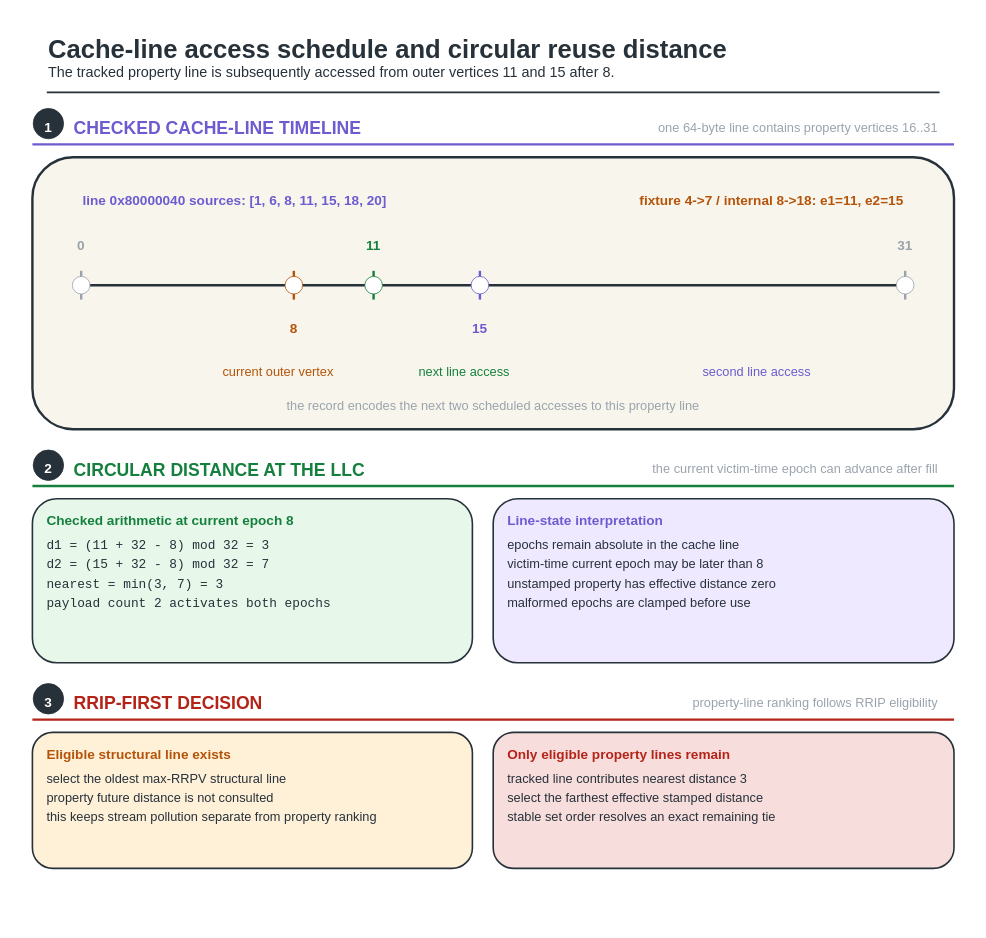
This is fig/wiki_src/reuse-plan-flowthrough/reuse-plan-flowthrough-f03-future-distance.drawio from UVA-LavaLab/ECG_GrAPL, a draw.io file, before an edit. Source tidied: cells renumbered, new cells numbered last; positions are measured from the earlier drawing's top-left corner, leaving out a move shared by most shapes. Both pictures are drawn from the tidied source at 80%, with x=0, y=0 at pixel (13, 13).
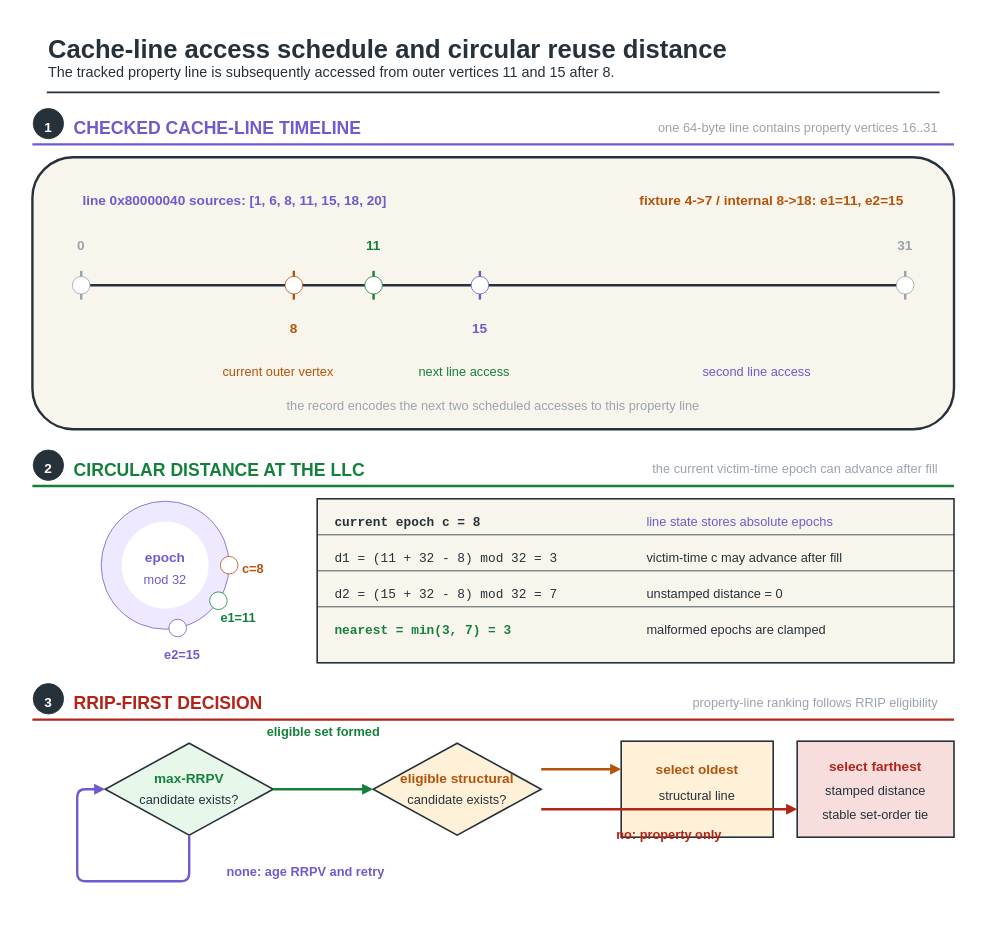
Above is the later version.

What changed in the source:
```diff
@@
-    <mxCell id="39" style="rounded=1;html=0;fillColor=#E7F7EA;strokeColor=#27313A;strokeWidth=2;" parent="1" vertex="1">
-      <mxGeometry x="24" y="607" width="550" height="205" as="geometry" />
+    <mxCell id="39" style="ellipse;html=0;fillColor=#EEE9FF;strokeColor=#6D5BD0;strokeWidth=1;" parent="1" vertex="1">
+      <mxGeometry x="110" y="610" width="160" height="160" as="geometry" />
     </mxCell>
-    <mxCell id="40" value="Checked arithmetic at current epoch 8" style="text;html=0;strokeColor=none;fillColor=none;align=left;verticalAlign=middle;fontFamily=Helvetica;fontSize=17;fontColor=#15803D;fontStyle=1;" parent="1" vertex="1">
-      <mxGeometry x="40" y="621.4" width="358.5" height="23.8" as="geometry" />
-    </mxCell>
+    <mxCell id="66" style="ellipse;html=0;fillColor=#FFFFFF;strokeColor=#FFFFFF;strokeWidth=1;" parent="1" vertex="1">
+      <mxGeometry x="136" y="636" width="108" height="108" as="geometry" />
+    </mxCell>
-    <mxCell id="41" value="d1 = (11 + 32 - 8) mod 32 = 3" style="text;html=0;strokeColor=none;fillColor=none;align=left;verticalAlign=middle;fontFamily=Courier New;fontSize=16;fontColor=#27313A;fontStyle=0;" parent="1" vertex="1">
-      <mxGeometry x="40" y="652.2" width="287.7" height="22.4" as="geometry" />
+    <mxCell id="41" value="epoch" style="text;html=0;strokeColor=none;fillColor=none;align=center;verticalAlign=middle;fontFamily=Helvetica;fontSize=17;fontColor=#6D5BD0;fontStyle=1;" parent="1" vertex="1">
+      <mxGeometry x="165.8" y="667.4" width="48.5" height="23.8" as="geometry" />
     </mxCell>
-    <mxCell id="42" value="d2 = (15 + 32 - 8) mod 32 = 7" style="text;html=0;strokeColor=none;fillColor=none;align=left;verticalAlign=middle;fontFamily=Courier New;fontSize=16;fontColor=#27313A;fontStyle=0;" parent="1" vertex="1">
-      <mxGeometry x="40" y="676.2" width="287.7" height="22.4" as="geometry" />
+    <mxCell id="42" value="mod 32" style="text;html=0;strokeColor=none;fillColor=none;align=center;verticalAlign=middle;fontFamily=Helvetica;fontSize=16;fontColor=#6D5BD0;fontStyle=0;" parent="1" vertex="1">
+      <mxGeometry x="164.6" y="696.2" width="50.9" height="22.4" as="geometry" />
     </mxCell>
-    <mxCell id="43" value="nearest = min(3, 7) = 3" style="text;html=0;strokeColor=none;fillColor=none;align=left;verticalAlign=middle;fontFamily=Courier New;fontSize=16;fontColor=#27313A;fontStyle=0;" parent="1" vertex="1">
-      <mxGeometry x="40" y="700.2" width="228.2" height="22.4" as="geometry" />
-    </mxCell>
+    <mxCell id="67" style="ellipse;html=0;fillColor=#FFFFFF;strokeColor=#B45309;strokeWidth=1;" parent="1" vertex="1">
+      <mxGeometry x="259" y="679" width="22" height="22" as="geometry" />
+    </mxCell>
-    <mxCell id="44" value="payload count 2 activates both epochs" style="text;html=0;strokeColor=none;fillColor=none;align=left;verticalAlign=middle;fontFamily=Courier New;fontSize=16;fontColor=#27313A;fontStyle=0;" parent="1" vertex="1">
-      <mxGeometry x="40" y="724.2" width="367" height="22.4" as="geometry" />
+    <mxCell id="44" value="c=8" style="text;html=0;strokeColor=none;fillColor=none;align=center;verticalAlign=middle;fontFamily=Helvetica;fontSize=16;fontColor=#B45309;fontStyle=1;" parent="1" vertex="1">
+      <mxGeometry x="286.3" y="682.2" width="27.4" height="22.4" as="geometry" />
     </mxCell>
-    <mxCell id="45" style="rounded=1;html=0;fillColor=#EEE9FF;strokeColor=#27313A;strokeWidth=2;" parent="1" vertex="1">
-      <mxGeometry x="600" y="607" width="576" height="205" as="geometry" />
+    <mxCell id="45" style="ellipse;html=0;fillColor=#FFFFFF;strokeColor=#15803D;strokeWidth=1;" parent="1" vertex="1">
+      <mxGeometry x="245.5" y="723.4" width="22" height="22" as="geometry" />
     </mxCell>
-    <mxCell id="46" value="Line-state interpretation" style="text;html=0;strokeColor=none;fillColor=none;align=left;verticalAlign=middle;fontFamily=Helvetica;fontSize=17;fontColor=#6D5BD0;fontStyle=1;" parent="1" vertex="1">
-      <mxGeometry x="616" y="621.4" width="242.2" height="23.8" as="geometry" />
+    <mxCell id="46" value="e1=11" style="text;html=0;strokeColor=none;fillColor=none;align=center;verticalAlign=middle;fontFamily=Helvetica;fontSize=16;fontColor=#15803D;fontStyle=1;" parent="1" vertex="1">
+      <mxGeometry x="258.7" y="743.4" width="45.6" height="22.4" as="geometry" />
     </mxCell>
-    <mxCell id="47" value="epochs remain absolute in the cache line" style="text;html=0;strokeColor=none;fillColor=none;align=left;verticalAlign=middle;fontFamily=Helvetica;fontSize=16;fontColor=#27313A;fontStyle=0;" parent="1" vertex="1">
-      <mxGeometry x="616" y="652.2" width="339.2" height="22.4" as="geometry" />
-    </mxCell>
+    <mxCell id="68" style="ellipse;html=0;fillColor=#FFFFFF;strokeColor=#6D5BD0;strokeWidth=1;" parent="1" vertex="1">
+      <mxGeometry x="194.6" y="757.5" width="22" height="22" as="geometry" />
+    </mxCell>
-    <mxCell id="48" value="victim-time current epoch may be later than 8" style="text;html=0;strokeColor=none;fillColor=none;align=left;verticalAlign=middle;fontFamily=Helvetica;fontSize=16;fontColor=#27313A;fontStyle=0;" parent="1" vertex="1">
-      <mxGeometry x="616" y="676.2" width="381.6" height="22.4" as="geometry" />
+    <mxCell id="48" value="e2=15" style="text;html=0;strokeColor=none;fillColor=none;align=center;verticalAlign=middle;fontFamily=Helvetica;fontSize=16;fontColor=#6D5BD0;fontStyle=1;" parent="1" vertex="1">
+      <mxGeometry x="188.7" y="790.1" width="45.6" height="22.4" as="geometry" />
     </mxCell>
-    <mxCell id="49" value="unstamped property has effective distance zero" style="text;html=0;strokeColor=none;fillColor=none;align=left;verticalAlign=middle;fontFamily=Helvetica;fontSize=16;fontColor=#27313A;fontStyle=0;" parent="1" vertex="1">
-      <mxGeometry x="616" y="700.2" width="390.1" height="22.4" as="geometry" />
-    </mxCell>
-    <mxCell id="50" value="malformed epochs are clamped before use" style="text;html=0;strokeColor=none;fillColor=none;align=left;verticalAlign=middle;fontFamily=Helvetica;fontSize=16;fontColor=#27313A;fontStyle=0;" parent="1" vertex="1">
-      <mxGeometry x="616" y="724.2" width="330.7" height="22.4" as="geometry" />
-    </mxCell>
-    <mxCell id="51" style="ellipse;html=0;fillColor=#27313A;strokeColor=#27313A;strokeWidth=1;" parent="1" vertex="1">
-      <mxGeometry x="25" y="838" width="38" height="38" as="geometry" />
-    </mxCell>
-    <mxCell id="52" value="3" style="text;html=0;strokeColor=none;fillColor=none;align=center;verticalAlign=middle;fontFamily=Helvetica;fontSize=17;fontColor=#FFFFFF;fontStyle=1;" parent="1" vertex="1">
-      <mxGeometry x="38" y="848.4" width="12" height="23.8" as="geometry" />
-    </mxCell>
+    <mxCell id="69" style="rounded=0;html=0;fillColor=#F8F6EC;strokeColor=#27313A;strokeWidth=2;" parent="1" vertex="1">
+      <mxGeometry x="380" y="607" width="796" height="205" as="geometry" />
+    </mxCell>
+    <mxCell id="70" style="edgeStyle=none;html=0;strokeColor=#27313A;strokeWidth=1;startArrow=none;endArrow=none;" parent="1" edge="1">
+      <mxGeometry relative="1" as="geometry">
+        <mxPoint x="380" y="652" as="sourcePoint" />
+        <mxPoint x="1176" y="652" as="targetPoint" />
+      </mxGeometry>
+    </mxCell>
+    <mxCell id="71" style="edgeStyle=none;html=0;strokeColor=#27313A;strokeWidth=1;startArrow=none;endArrow=none;" parent="1" edge="1">
+      <mxGeometry relative="1" as="geometry">
+        <mxPoint x="380" y="697" as="sourcePoint" />
+        <mxPoint x="1176" y="697" as="targetPoint" />
+      </mxGeometry>
+    </mxCell>
+    <mxCell id="72" style="edgeStyle=none;html=0;strokeColor=#27313A;strokeWidth=1;startArrow=none;endArrow=none;" parent="1" edge="1">
+      <mxGeometry relative="1" as="geometry">
+        <mxPoint x="380" y="742" as="sourcePoint" />
+        <mxPoint x="1176" y="742" as="targetPoint" />
+      </mxGeometry>
+    </mxCell>
-    <mxCell id="53" value="RRIP-FIRST DECISION" style="text;html=0;strokeColor=none;fillColor=none;align=left;verticalAlign=middle;fontFamily=Helvetica;fontSize=22;fontColor=#B42318;fontStyle=1;" parent="1" vertex="1">
-      <mxGeometry x="74" y="845.1" width="238.3" height="30.8" as="geometry" />
+    <mxCell id="53" value="current epoch c = 8" style="text;html=0;strokeColor=none;fillColor=none;align=left;verticalAlign=middle;fontFamily=Courier New;fontSize=16;fontColor=#27313A;fontStyle=1;" parent="1" vertex="1">
+      <mxGeometry x="400" y="623.2" width="188.5" height="22.4" as="geometry" />
     </mxCell>
-    <mxCell id="54" value="property-line ranking follows RRIP eligibility" style="text;html=0;strokeColor=none;fillColor=none;align=right;verticalAlign=middle;fontFamily=Helvetica;fontSize=16;fontColor=#9AA3AD;fontStyle=0;" parent="1" vertex="1">
-      <mxGeometry x="767.9" y="849.2" width="390.1" height="22.4" as="geometry" />
+    <mxCell id="54" value="d1 = (11 + 32 - 8) mod 32 = 3" style="text;html=0;strokeColor=none;fillColor=none;align=left;verticalAlign=middle;fontFamily=Courier New;fontSize=16;fontColor=#27313A;fontStyle=0;" parent="1" vertex="1">
+      <mxGeometry x="400" y="668.2" width="287.7" height="22.4" as="geometry" />
     </mxCell>
-    <mxCell id="55" style="edgeStyle=none;html=0;strokeColor=#B42318;strokeWidth=3;startArrow=none;endArrow=none;" parent="1" edge="1">
-      <mxGeometry relative="1" as="geometry">
-        <mxPoint x="24" y="883" as="sourcePoint" />
-        <mxPoint x="1176" y="883" as="targetPoint" />
-      </mxGeometry>
-    </mxCell>
-    <mxCell id="56" style="rounded=1;html=0;fillColor=#FFF0D8;strokeColor=#27313A;strokeWidth=2;" parent="1" vertex="1">
-      <mxGeometry x="24" y="899" width="550" height="170" as="geometry" />
-    </mxCell>
+    <mxCell id="73" value="d2 = (15 + 32 - 8) mod 32 = 7" style="text;html=0;strokeColor=none;fillColor=none;align=left;verticalAlign=middle;fontFamily=Courier New;fontSize=16;fontColor=#27313A;fontStyle=0;" parent="1" vertex="1">
+      <mxGeometry x="400" y="713.2" width="287.7" height="22.4" as="geometry" />
+    </mxCell>
+    <mxCell id="43" value="nearest = min(3, 7) = 3" style="text;html=0;strokeColor=none;fillColor=none;align=left;verticalAlign=middle;fontFamily=Courier New;fontSize=16;fontColor=#15803D;fontStyle=1;" parent="1" vertex="1">
+      <mxGeometry x="400" y="758.2" width="228.2" height="22.4" as="geometry" />
+    </mxCell>
-    <mxCell id="57" value="Eligible structural line exists" style="text;html=0;strokeColor=none;fillColor=none;align=left;verticalAlign=middle;fontFamily=Helvetica;fontSize=17;fontColor=#B45309;fontStyle=1;" parent="1" vertex="1">
-      <mxGeometry x="40" y="913.4" width="300.4" height="23.8" as="geometry" />
+    <mxCell id="57" value="line state stores absolute epochs" style="text;html=0;strokeColor=none;fillColor=none;align=left;verticalAlign=middle;fontFamily=Helvetica;fontSize=16;fontColor=#6D5BD0;fontStyle=0;" parent="1" vertex="1">
+      <mxGeometry x="790" y="623.2" width="279.8" height="22.4" as="geometry" />
     </mxCell>
-    <mxCell id="58" value="select the oldest max-RRPV structural line" style="text;html=0;strokeColor=none;fillColor=none;align=left;verticalAlign=middle;fontFamily=Helvetica;fontSize=16;fontColor=#27313A;fontStyle=0;" parent="1" vertex="1">
-      <mxGeometry x="40" y="944.2" width="356.2" height="22.4" as="geometry" />
+    <mxCell id="58" value="victim-time c may advance after fill" style="text;html=0;strokeColor=none;fillColor=none;align=left;verticalAlign=middle;fontFamily=Helvetica;fontSize=16;fontColor=#27313A;fontStyle=0;" parent="1" vertex="1">
+      <mxGeometry x="790" y="668.2" width="305.3" height="22.4" as="geometry" />
     </mxCell>
-    <mxCell id="59" value="property future distance is not consulted" style="text;html=0;strokeColor=none;fillColor=none;align=left;verticalAlign=middle;fontFamily=Helvetica;fontSize=16;fontColor=#27313A;fontStyle=0;" parent="1" vertex="1">
-      <mxGeometry x="40" y="968.2" width="347.7" height="22.4" as="geometry" />
+    <mxCell id="59" value="unstamped distance = 0" style="text;html=0;strokeColor=none;fillColor=none;align=left;verticalAlign=middle;fontFamily=Helvetica;fontSize=16;fontColor=#27313A;fontStyle=0;" parent="1" vertex="1">
+      <mxGeometry x="790" y="713.2" width="186.6" height="22.4" as="geometry" />
     </mxCell>
-    <mxCell id="60" value="this keeps stream pollution separate from property ranking" style="text;html=0;strokeColor=none;fillColor=none;align=left;verticalAlign=middle;fontFamily=Helvetica;fontSize=16;fontColor=#27313A;fontStyle=0;" parent="1" vertex="1">
-      <mxGeometry x="40" y="992.2" width="491.8" height="22.4" as="geometry" />
+    <mxCell id="60" value="malformed epochs are clamped" style="text;html=0;strokeColor=none;fillColor=none;align=left;verticalAlign=middle;fontFamily=Helvetica;fontSize=16;fontColor=#27313A;fontStyle=0;" parent="1" vertex="1">
+      <mxGeometry x="790" y="758.2" width="237.4" height="22.4" as="geometry" />
     </mxCell>
-    <mxCell id="61" style="rounded=1;html=0;fillColor=#F7DEDC;strokeColor=#27313A;strokeWidth=2;" parent="1" vertex="1">
-      <mxGeometry x="600" y="899" width="576" height="170" as="geometry" />
+    <mxCell id="61" style="ellipse;html=0;fillColor=#27313A;strokeColor=#27313A;strokeWidth=1;" parent="1" vertex="1">
+      <mxGeometry x="25" y="838" width="38" height="38" as="geometry" />
     </mxCell>
-    <mxCell id="62" value="Only eligible property lines remain" style="text;html=0;strokeColor=none;fillColor=none;align=left;verticalAlign=middle;fontFamily=Helvetica;fontSize=17;fontColor=#B42318;fontStyle=1;" parent="1" vertex="1">
-      <mxGeometry x="616" y="913.4" width="339.1" height="23.8" as="geometry" />
+    <mxCell id="62" value="3" style="text;html=0;strokeColor=none;fillColor=none;align=center;verticalAlign=middle;fontFamily=Helvetica;fontSize=17;fontColor=#FFFFFF;fontStyle=1;" parent="1" vertex="1">
+      <mxGeometry x="38" y="848.4" width="12" height="23.8" as="geometry" />
     </mxCell>
-    <mxCell id="63" value="tracked line contributes nearest distance 3" style="text;html=0;strokeColor=none;fillColor=none;align=left;verticalAlign=middle;fontFamily=Helvetica;fontSize=16;fontColor=#27313A;fontStyle=0;" parent="1" vertex="1">
-      <mxGeometry x="616" y="944.2" width="364.6" height="22.4" as="geometry" />
+    <mxCell id="63" value="RRIP-FIRST DECISION" style="text;html=0;strokeColor=none;fillColor=none;align=left;verticalAlign=middle;fontFamily=Helvetica;fontSize=22;fontColor=#B42318;fontStyle=1;" parent="1" vertex="1">
+      <mxGeometry x="74" y="845.1" width="238.3" height="30.8" as="geometry" />
     </mxCell>
-    <mxCell id="64" value="select the farthest effective stamped distance" style="text;html=0;strokeColor=none;fillColor=none;align=left;verticalAlign=middle;fontFamily=Helvetica;fontSize=16;fontColor=#27313A;fontStyle=0;" parent="1" vertex="1">
-      <mxGeometry x="616" y="968.2" width="390.1" height="22.4" as="geometry" />
+    <mxCell id="64" value="property-line ranking follows RRIP eligibility" style="text;html=0;strokeColor=none;fillColor=none;align=right;verticalAlign=middle;fontFamily=Helvetica;fontSize=16;fontColor=#9AA3AD;fontStyle=0;" parent="1" vertex="1">
+      <mxGeometry x="767.9" y="849.2" width="390.1" height="22.4" as="geometry" />
     </mxCell>
-    <mxCell id="65" value="stable set order resolves an exact remaining tie" style="text;html=0;strokeColor=none;fillColor=none;align=left;verticalAlign=middle;fontFamily=Helvetica;fontSize=16;fontColor=#27313A;fontStyle=0;" parent="1" vertex="1">
-      <mxGeometry x="616" y="992.2" width="407" height="22.4" as="geometry" />
-    </mxCell>
+    <mxCell id="74" style="edgeStyle=none;html=0;strokeColor=#B42318;strokeWidth=3;startArrow=none;endArrow=none;" parent="1" edge="1">
+      <mxGeometry relative="1" as="geometry">
+        <mxPoint x="24" y="883" as="sourcePoint" />
+        <mxPoint x="1176" y="883" as="targetPoint" />
+      </mxGeometry>
+    </mxCell>
+    <mxCell id="75" style="rhombus;html=0;fillColor=#E7F7EA;strokeColor=#27313A;strokeWidth=2;" parent="1" vertex="1">
+      <mxGeometry x="115" y="912.5" width="210" height="115" as="geometry" />
+    </mxCell>
+    <mxCell id="76" value="max-RRPV" style="text;html=0;strokeColor=none;fillColor=none;align=center;verticalAlign=middle;fontFamily=Helvetica;fontSize=17;fontColor=#15803D;fontStyle=1;" parent="1" vertex="1">
+      <mxGeometry x="181.2" y="943.4" width="77.5" height="23.8" as="geometry" />
+    </mxCell>
+    <mxCell id="77" value="candidate exists?" style="text;html=0;strokeColor=none;fillColor=none;align=center;verticalAlign=middle;fontFamily=Helvetica;fontSize=16;fontColor=#27313A;fontStyle=0;" parent="1" vertex="1">
+      <mxGeometry x="147.9" y="971.2" width="144.2" height="22.4" as="geometry" />
+    </mxCell>
+    <mxCell id="78" style="rhombus;html=0;fillColor=#FFF0D8;strokeColor=#27313A;strokeWidth=2;" parent="1" vertex="1">
+      <mxGeometry x="450" y="912.5" width="210" height="115" as="geometry" />
+    </mxCell>
+    <mxCell id="79" value="eligible structural" style="text;html=0;strokeColor=none;fillColor=none;align=center;verticalAlign=middle;fontFamily=Helvetica;fontSize=17;fontColor=#B45309;fontStyle=1;" parent="1" vertex="1">
+      <mxGeometry x="462.9" y="943.4" width="184.1" height="23.8" as="geometry" />
+    </mxCell>
+    <mxCell id="80" value="candidate exists?" style="text;html=0;strokeColor=none;fillColor=none;align=center;verticalAlign=middle;fontFamily=Helvetica;fontSize=16;fontColor=#27313A;fontStyle=0;" parent="1" vertex="1">
+      <mxGeometry x="482.9" y="971.2" width="144.2" height="22.4" as="geometry" />
+    </mxCell>
+    <mxCell id="81" style="rounded=0;html=0;fillColor=#FFF0D8;strokeColor=#27313A;strokeWidth=2;" parent="1" vertex="1">
+      <mxGeometry x="760" y="910" width="190" height="120" as="geometry" />
+    </mxCell>
+    <mxCell id="82" value="select oldest" style="text;html=0;strokeColor=none;fillColor=none;align=center;verticalAlign=middle;fontFamily=Helvetica;fontSize=17;fontColor=#B45309;fontStyle=1;" parent="1" vertex="1">
+      <mxGeometry x="792" y="932.4" width="126" height="23.8" as="geometry" />
+    </mxCell>
+    <mxCell id="83" value="structural line" style="text;html=0;strokeColor=none;fillColor=none;align=center;verticalAlign=middle;fontFamily=Helvetica;fontSize=16;fontColor=#27313A;fontStyle=0;" parent="1" vertex="1">
+      <mxGeometry x="791.4" y="966.2" width="127.2" height="22.4" as="geometry" />
+    </mxCell>
+    <mxCell id="84" style="rounded=0;html=0;fillColor=#F7DEDC;strokeColor=#27313A;strokeWidth=2;" parent="1" vertex="1">
+      <mxGeometry x="980" y="910" width="196" height="120" as="geometry" />
+    </mxCell>
+    <mxCell id="85" value="select farthest" style="text;html=0;strokeColor=none;fillColor=none;align=center;verticalAlign=middle;fontFamily=Helvetica;fontSize=17;fontColor=#B42318;fontStyle=1;" parent="1" vertex="1">
+      <mxGeometry x="1005.3" y="928.4" width="145.3" height="23.8" as="geometry" />
+    </mxCell>
+    <mxCell id="86" value="stamped distance" style="text;html=0;strokeColor=none;fillColor=none;align=center;verticalAlign=middle;fontFamily=Helvetica;fontSize=16;fontColor=#27313A;fontStyle=0;" parent="1" vertex="1">
+      <mxGeometry x="1010.2" y="959.2" width="135.7" height="22.4" as="geometry" />
+    </mxCell>
+    <mxCell id="87" value="stable set-order tie" style="text;html=0;strokeColor=none;fillColor=none;align=center;verticalAlign=middle;fontFamily=Helvetica;fontSize=16;fontColor=#27313A;fontStyle=0;" parent="1" vertex="1">
+      <mxGeometry x="993.2" y="989.2" width="169.6" height="22.4" as="geometry" />
+    </mxCell>
+    <mxCell id="88" style="edgeStyle=none;html=0;strokeColor=#15803D;strokeWidth=3;startArrow=none;endArrow=block;endFill=1;" parent="1" edge="1">
+      <mxGeometry relative="1" as="geometry">
+        <mxPoint x="325" y="970" as="sourcePoint" />
+        <mxPoint x="450" y="970" as="targetPoint" />
+      </mxGeometry>
+    </mxCell>
+    <mxCell id="89" value="eligible set formed" style="text;html=0;strokeColor=none;fillColor=none;align=center;verticalAlign=middle;fontFamily=Helvetica;fontSize=16;fontColor=#15803D;fontStyle=1;" parent="1" vertex="1">
+      <mxGeometry x="301.4" y="886.2" width="173.3" height="22.4" as="geometry" />
+    </mxCell>
+    <mxCell id="90" style="edgeStyle=none;html=0;strokeColor=#B45309;strokeWidth=3;startArrow=none;endArrow=block;endFill=1;" parent="1" edge="1">
+      <mxGeometry relative="1" as="geometry">
+        <mxPoint x="660" y="945" as="sourcePoint" />
+        <mxPoint x="760" y="945" as="targetPoint" />
+      </mxGeometry>
+    </mxCell>
+    <mxCell id="91" style="edgeStyle=none;html=0;strokeColor=#B42318;strokeWidth=3;startArrow=none;endArrow=block;endFill=1;" parent="1" edge="1">
+      <mxGeometry relative="1" as="geometry">
+        <mxPoint x="660" y="995" as="sourcePoint" />
+        <mxPoint x="980" y="995" as="targetPoint" />
+      </mxGeometry>
+    </mxCell>
+    <mxCell id="92" value="no: property only" style="text;html=0;strokeColor=none;fillColor=none;align=center;verticalAlign=middle;fontFamily=Helvetica;fontSize=16;fontColor=#B42318;fontStyle=1;" parent="1" vertex="1">
+      <mxGeometry x="742.5" y="1014.2" width="155" height="22.4" as="geometry" />
+    </mxCell>
+    <mxCell id="93" style="edgeStyle=none;html=0;strokeColor=#6D5BD0;strokeWidth=3;startArrow=none;endArrow=block;endFill=1;" parent="1" edge="1">
+      <mxGeometry relative="1" as="geometry">
+        <mxPoint x="220" y="1028" as="sourcePoint" />
+        <mxPoint x="115" y="970" as="targetPoint" />
+        <Array as="points">
+          <mxPoint x="220" y="1085" />
+          <mxPoint x="80" y="1085" />
+          <mxPoint x="80" y="970" />
+        </Array>
+      </mxGeometry>
+    </mxCell>
+    <mxCell id="94" value="none: age RRPV and retry" style="text;html=0;strokeColor=none;fillColor=none;align=left;verticalAlign=middle;fontFamily=Helvetica;fontSize=16;fontColor=#6D5BD0;fontStyle=1;" parent="1" vertex="1">
+      <mxGeometry x="265" y="1061.2" width="218.9" height="22.4" as="geometry" />
+    </mxCell>
```
